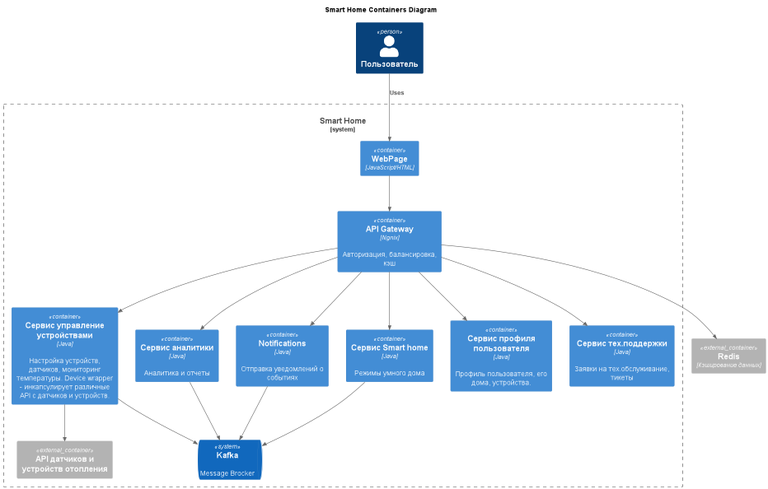
The PlantUML diagram docs/images/smart-home-containers-c4.png in AlbertDavletov/architecture-sprint-3, before a commit.
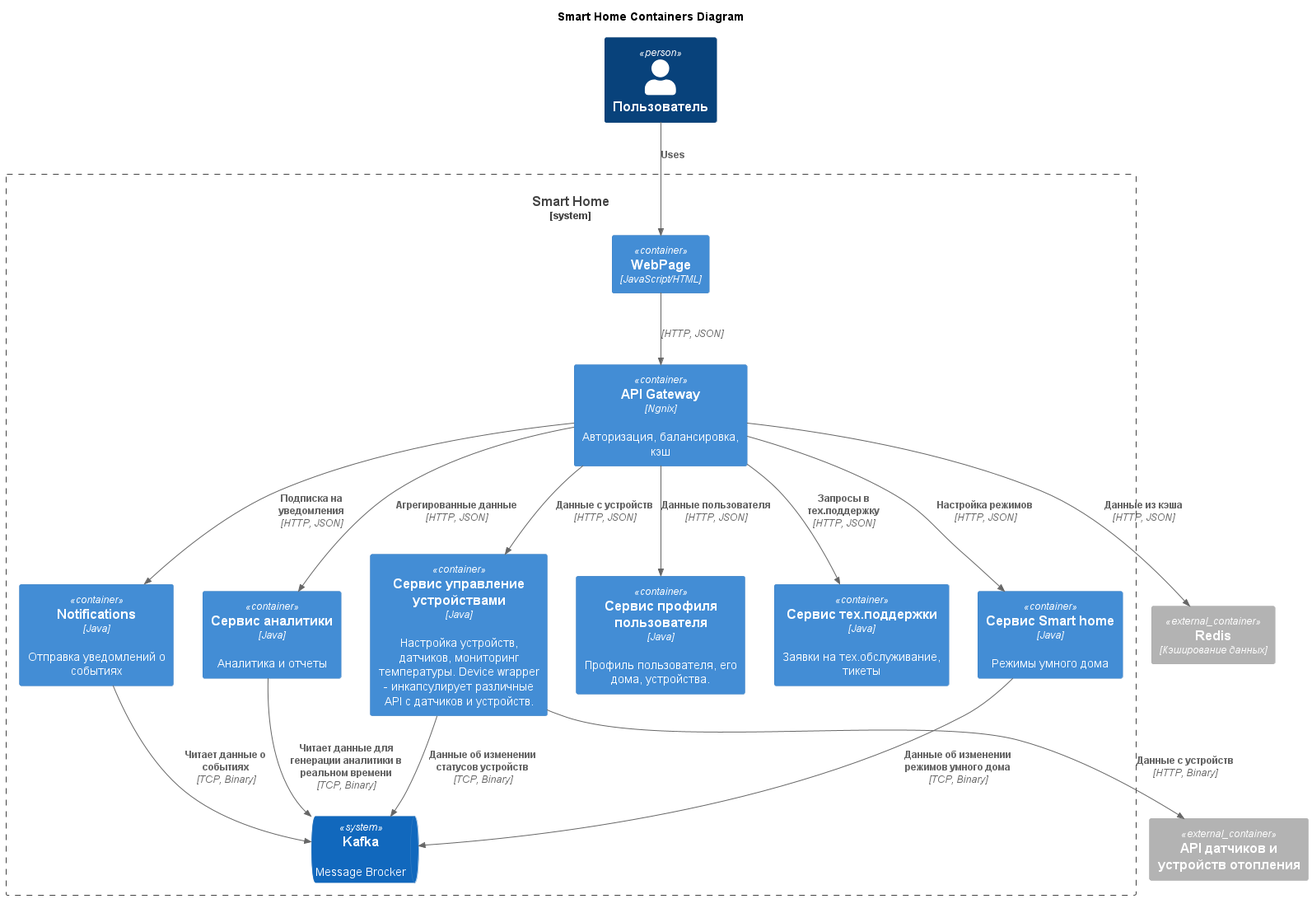
Above is the later version.

Diff of the diagram source:
```diff
@@ -17,27 +17,27 @@
     Container(SupportContainer, "Сервис тех.поддержки", "Java", "Заявки на тех.обслуживание, тикеты")
 
     SystemQueue(Kafka, "Kafka", "Message Brocker")
-    Container_Ext(DevicesAPIContainerExt, "API датчиков и устройств отопления")
 }
 
+Container_Ext(DevicesAPIContainerExt, "API датчиков и устройств отопления")
 Container_Ext(RedisContainerExt, "Redis", "Кэширование данных")
 
 Rel(user, UIContainer, "Uses")
-Rel(UIContainer, APIGatewayContainer, "")
-Rel(APIGatewayContainer, UserContainer, "")
-Rel(APIGatewayContainer, SmartHomeControlContainer, "")
-Rel(APIGatewayContainer, DevicesContainer, "")
+Rel(UIContainer, APIGatewayContainer, "", "HTTP, JSON")
+Rel(APIGatewayContainer, UserContainer, "Данные пользователя", "HTTP, JSON")
+Rel(APIGatewayContainer, SmartHomeControlContainer, "Настройка режимов", "HTTP, JSON")
+Rel(APIGatewayContainer, DevicesContainer, "Данные с устройств", "HTTP, JSON")
 
-Rel(APIGatewayContainer, AnalyticsContainer, "")
-Rel(APIGatewayContainer, NotificationService, "")
-Rel(APIGatewayContainer, SupportContainer, "")
-Rel(APIGatewayContainer, RedisContainerExt, "")
+Rel(APIGatewayContainer, AnalyticsContainer, "Агрегированные данные", "HTTP, JSON")
+Rel(APIGatewayContainer, NotificationService, "Подписка на уведомления", "HTTP, JSON")
+Rel(APIGatewayContainer, SupportContainer, "Запросы в тех.поддержку", "HTTP, JSON")
+Rel(APIGatewayContainer, RedisContainerExt, "Данные из кэша", "HTTP, JSON")
 
-Rel(DevicesContainer, DevicesAPIContainerExt, "")
+Rel(DevicesContainer, DevicesAPIContainerExt, "Данные с устройств", "HTTP, Binary")
 
-Rel(SmartHomeControlContainer, Kafka, "")
-Rel(NotificationService, Kafka, "")
-Rel(AnalyticsContainer, Kafka, "")
-Rel(DevicesContainer, Kafka, "")
+Rel(SmartHomeControlContainer, Kafka, "Данные об изменении режимов умного дома", "TCP, Binary")
+Rel(NotificationService, Kafka, "Читает данные о событиях", "TCP, Binary")
+Rel(AnalyticsContainer, Kafka, "Читает данные для генерации аналитики в реальном времени", "TCP, Binary")
+Rel(DevicesContainer, Kafka, "Данные об изменении статусов устройств", "TCP, Binary")
 
 @enduml
```
